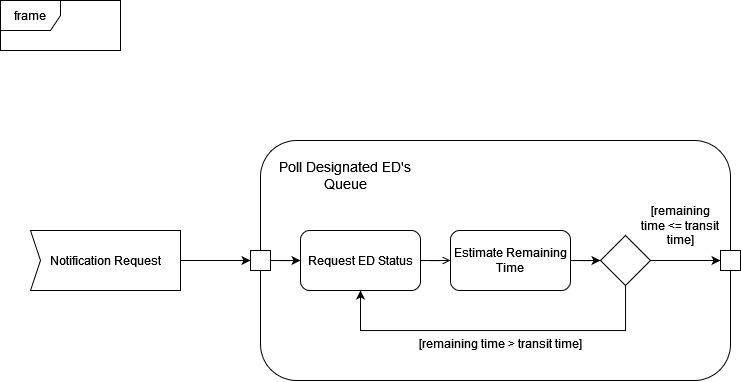
Before: Assets/M3/Notification_AFD.drawio.png, a diagram exported from draw.io (uvic-teach/project-m1-team9). Source tidied: cells renumbered, new cells last; positions are measured from the earlier drawing's top-left corner, leaving out a move shared by most shapes.
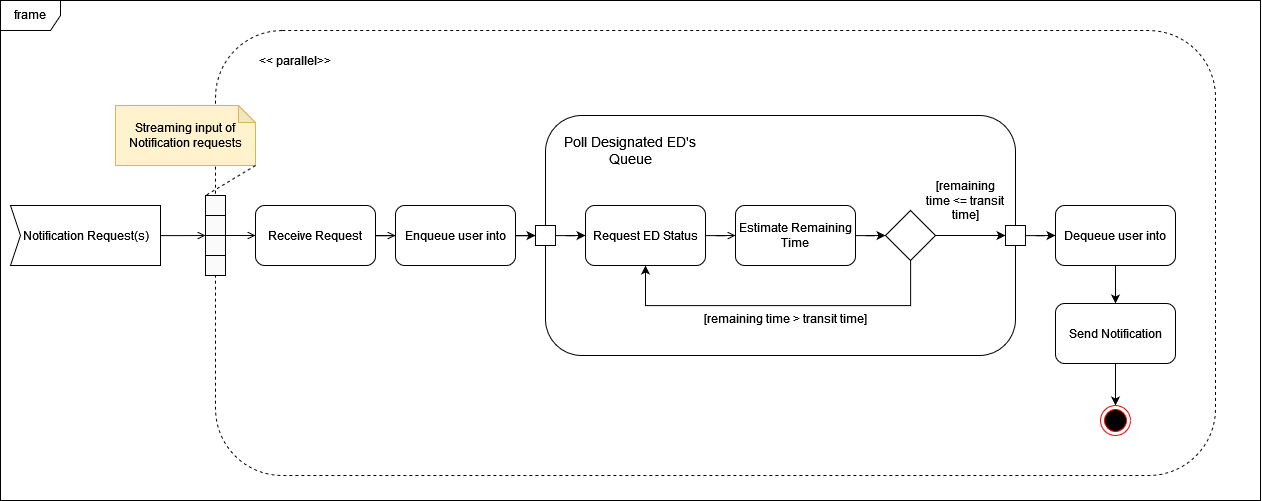
The same file after the commit.

Change to the diagram source:
```diff
@@ -2,14 +2,22 @@
   <root>
     <mxCell id="0" />
     <mxCell id="1" parent="0" />
+    <mxCell id="19" style="rounded=0;whiteSpace=wrap;html=1;" parent="1" vertex="1">
+      <mxGeometry x="-285" y="25" width="1260" height="500" as="geometry" />
+    </mxCell>
+    <mxCell id="20" style="rounded=1;whiteSpace=wrap;html=1;dashed=1;" parent="1" vertex="1">
+      <mxGeometry x="-70" y="55" width="1000" height="445" as="geometry" />
+    </mxCell>
     <mxCell id="2" value="frame" style="shape=umlFrame;whiteSpace=wrap;html=1;" parent="1" vertex="1">
-      <mxGeometry width="120" height="50" as="geometry" />
+      <mxGeometry x="-285" y="25" width="1260" height="500" as="geometry" />
     </mxCell>
-    <mxCell id="3" style="edgeStyle=orthogonalEdgeStyle;rounded=0;jettySize=auto;html=1;entryX=0;entryY=0.5;entryDx=0;entryDy=0;" parent="1" edge="1" source="4" target="12">
-      <mxGeometry relative="1" as="geometry" />
-    </mxCell>
+    <mxCell id="21" style="edgeStyle=orthogonalEdgeStyle;rounded=0;jettySize=auto;html=1;endArrow=open;endFill=0;" parent="1" edge="1" source="4">
+      <mxGeometry relative="1" as="geometry">
+        <mxPoint x="-80" y="260" as="targetPoint" />
+      </mxGeometry>
+    </mxCell>
-    <mxCell id="4" value="Notification Request" style="html=1;shadow=0;dashed=0;align=center;verticalAlign=middle;shape=mxgraph.arrows2.arrow;dy=0;dx=0;notch=10;" parent="1" vertex="1">
-      <mxGeometry x="30" y="230" width="150" height="60" as="geometry" />
+    <mxCell id="4" value="Notification Request(s)" style="html=1;shadow=0;dashed=0;align=center;verticalAlign=middle;shape=mxgraph.arrows2.arrow;dy=0;dx=0;notch=10;" parent="1" vertex="1">
+      <mxGeometry x="-275" y="230" width="150" height="60" as="geometry" />
     </mxCell>
     <mxCell id="5" style="rounded=1;whiteSpace=wrap;html=1;" parent="1" vertex="1">
       <mxGeometry x="260" y="140" width="470" height="240" as="geometry" />
@@ -49,6 +57,9 @@
     <mxCell id="15" style="rhombus;whiteSpace=wrap;html=1;" parent="1" vertex="1">
       <mxGeometry x="600" y="235" width="50" height="50" as="geometry" />
     </mxCell>
+    <mxCell id="22" style="edgeStyle=orthogonalEdgeStyle;rounded=0;jettySize=auto;html=1;entryX=0;entryY=0.5;entryDx=0;entryDy=0;" parent="1" edge="1" source="16" target="36">
+      <mxGeometry relative="1" as="geometry" />
+    </mxCell>
     <mxCell id="16" style="whiteSpace=wrap;html=1;" parent="1" vertex="1">
       <mxGeometry x="720" y="250" width="20" height="20" as="geometry" />
     </mxCell>
@@ -58,5 +69,58 @@
     <mxCell id="18" value="[remaining time &amp;gt; transit time]" style="text;html=1;strokeColor=none;fillColor=none;align=center;verticalAlign=middle;whiteSpace=wrap;rounded=0;" parent="1" vertex="1">
       <mxGeometry x="410" y="328" width="180" height="30" as="geometry" />
     </mxCell>
+    <mxCell id="23" style="edgeStyle=orthogonalEdgeStyle;rounded=0;jettySize=auto;html=1;exitX=0;exitY=0.5;exitDx=0;exitDy=0;endArrow=none;endFill=0;startArrow=open;startFill=0;" parent="1" edge="1" source="25">
+      <mxGeometry relative="1" as="geometry">
+        <mxPoint x="-60" y="260" as="targetPoint" />
+      </mxGeometry>
+    </mxCell>
+    <mxCell id="24" style="edgeStyle=orthogonalEdgeStyle;rounded=0;jettySize=auto;html=1;entryX=0;entryY=0.5;entryDx=0;entryDy=0;endArrow=open;endFill=0;" parent="1" edge="1" source="25" target="27">
+      <mxGeometry relative="1" as="geometry" />
+    </mxCell>
+    <mxCell id="25" value="Receive Request" style="rounded=1;whiteSpace=wrap;html=1;" parent="1" vertex="1">
+      <mxGeometry x="-30" y="230" width="120" height="60" as="geometry" />
+    </mxCell>
+    <mxCell id="26" style="edgeStyle=orthogonalEdgeStyle;rounded=0;jettySize=auto;html=1;entryX=0;entryY=0.5;entryDx=0;entryDy=0;" parent="1" edge="1" source="27" target="12">
+      <mxGeometry relative="1" as="geometry" />
+    </mxCell>
+    <mxCell id="27" value="Enqueue user into " style="rounded=1;whiteSpace=wrap;html=1;" parent="1" vertex="1">
+      <mxGeometry x="110" y="230" width="120" height="60" as="geometry" />
+    </mxCell>
+    <mxCell id="28" value="&amp;lt;&amp;lt; parallel&amp;gt;&amp;gt;" style="text;html=1;strokeColor=none;fillColor=none;align=center;verticalAlign=middle;whiteSpace=wrap;rounded=0;" parent="1" vertex="1">
+      <mxGeometry x="-40" y="70" width="100" height="30" as="geometry" />
+    </mxCell>
+    <mxCell id="29" style="whiteSpace=wrap;html=1;fillColor=#FAFAFA;" parent="1" vertex="1">
+      <mxGeometry x="-80" y="220" width="20" height="20" as="geometry" />
+    </mxCell>
+    <mxCell id="30" style="whiteSpace=wrap;html=1;fillColor=#FAFAFA;" parent="1" vertex="1">
+      <mxGeometry x="-80" y="240" width="20" height="20" as="geometry" />
+    </mxCell>
+    <mxCell id="31" style="whiteSpace=wrap;html=1;fillColor=#FAFAFA;" parent="1" vertex="1">
+      <mxGeometry x="-80" y="260" width="20" height="20" as="geometry" />
+    </mxCell>
+    <mxCell id="32" style="whiteSpace=wrap;html=1;fillColor=#FAFAFA;" parent="1" vertex="1">
+      <mxGeometry x="-80" y="280" width="20" height="20" as="geometry" />
+    </mxCell>
+    <mxCell id="33" value="&lt;div&gt;Streaming input of Notification requests&lt;/div&gt;" style="shape=note;whiteSpace=wrap;html=1;backgroundOutline=1;darkOpacity=0.05;fillColor=#fff2cc;strokeColor=#d6b656;size=17;" parent="1" vertex="1">
+      <mxGeometry x="-170" y="130" width="140" height="60" as="geometry" />
+    </mxCell>
+    <mxCell id="34" style="endArrow=none;dashed=1;html=1;rounded=0;exitX=1;exitY=1;exitDx=0;exitDy=0;exitPerimeter=0;entryX=0;entryY=0;entryDx=0;entryDy=0;" parent="1" edge="1" source="33" target="29">
+      <mxGeometry relative="1" as="geometry" />
+    </mxCell>
+    <mxCell id="35" style="edgeStyle=orthogonalEdgeStyle;rounded=0;jettySize=auto;html=1;entryX=0.5;entryY=0;entryDx=0;entryDy=0;" parent="1" edge="1" source="36" target="38">
+      <mxGeometry relative="1" as="geometry" />
+    </mxCell>
+    <mxCell id="36" value="Dequeue user into " style="rounded=1;whiteSpace=wrap;html=1;" parent="1" vertex="1">
+      <mxGeometry x="770" y="230" width="120" height="60" as="geometry" />
+    </mxCell>
+    <mxCell id="37" style="edgeStyle=orthogonalEdgeStyle;rounded=0;jettySize=auto;html=1;entryX=0.5;entryY=0;entryDx=0;entryDy=0;" parent="1" edge="1" source="38" target="39">
+      <mxGeometry relative="1" as="geometry" />
+    </mxCell>
+    <mxCell id="38" value="Send Notification" style="rounded=1;whiteSpace=wrap;html=1;" parent="1" vertex="1">
+      <mxGeometry x="770" y="328" width="120" height="60" as="geometry" />
+    </mxCell>
+    <mxCell id="39" style="ellipse;html=1;shape=endState;fillColor=#000000;strokeColor=#ff0000;" parent="1" vertex="1">
+      <mxGeometry x="815" y="430" width="30" height="30" as="geometry" />
+    </mxCell>
   </root>
 </mxGraphModel>
```
